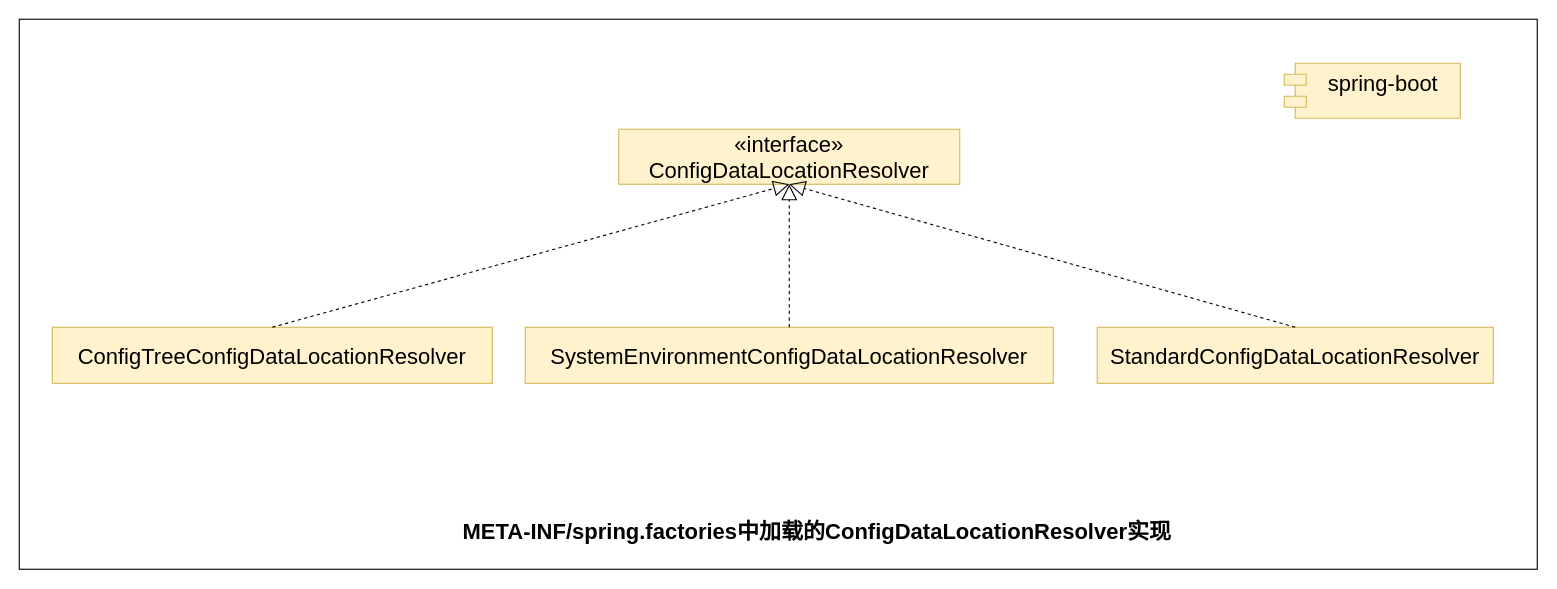
Earlier version of the draw.io diagram dubbo-learning-doc/drawio/源码分析/1_SpringApplication_run方法/资源加载/7_META-INF_spring_factories_ConfigDataLocationResolver.drawio (czwer/dubbo-learning). Source tidied: cells renumbered, new cells numbered last; positions are measured from the earlier drawing's top-left corner, leaving out a move shared by most shapes. Both pictures are drawn from the tidied source at 110%, with x=0, y=0 at pixel (19, 19).
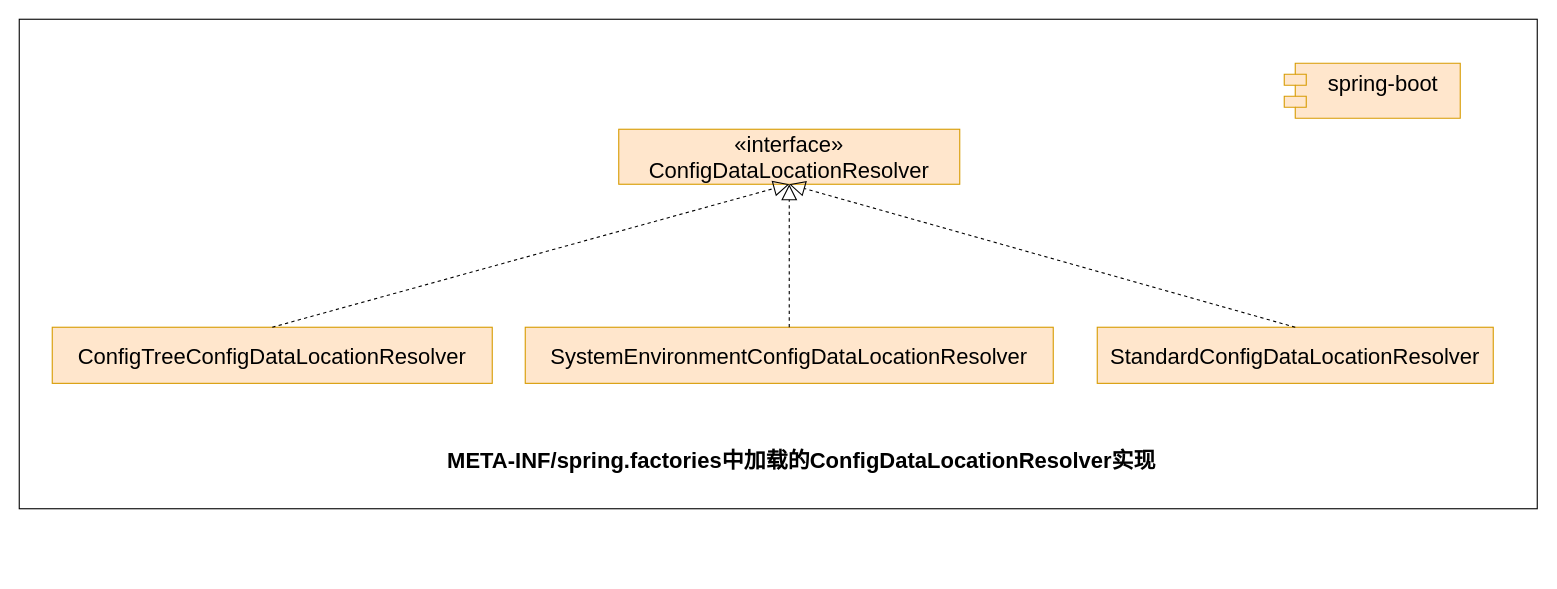
The same diagram, later.

Diff of the diagram source:
```diff
@@
 <mxGraphModel>
   <root>
     <mxCell id="0" />
     <mxCell id="1" parent="0" />
     <mxCell id="2" style="rounded=0;whiteSpace=wrap;html=1;" parent="1" vertex="1">
-      <mxGeometry width="1380" height="500" as="geometry" />
+      <mxGeometry width="1380" height="445" as="geometry" />
     </mxCell>
-    <mxCell id="3" value="&lt;div&gt;ConfigTreeConfigDataLocationResolver&lt;/div&gt;" style="html=1;whiteSpace=wrap;fontSize=20;verticalAlign=middle;align=center;fillColor=#fff2cc;strokeColor=#d6b656;" parent="1" vertex="1">
+    <mxCell id="3" value="&lt;div&gt;ConfigTreeConfigDataLocationResolver&lt;/div&gt;" style="html=1;whiteSpace=wrap;fontSize=20;verticalAlign=middle;align=center;fillColor=#ffe6cc;strokeColor=#d79b00;" parent="1" vertex="1">
       <mxGeometry x="30" y="280" width="400" height="51" as="geometry" />
     </mxCell>
-    <mxCell id="4" value="«interface»&lt;br&gt;ConfigDataLocationResolver" style="html=1;whiteSpace=wrap;fontSize=20;fontStyle=0;fillColor=#fff2cc;strokeColor=#d6b656;" parent="1" vertex="1">
+    <mxCell id="4" value="«interface»&lt;br&gt;ConfigDataLocationResolver" style="html=1;whiteSpace=wrap;fontSize=20;fontStyle=0;fillColor=#ffe6cc;strokeColor=#d79b00;" parent="1" vertex="1">
       <mxGeometry x="545" y="100" width="310" height="50" as="geometry" />
     </mxCell>
-    <mxCell id="5" value="spring-boot&lt;div&gt;&lt;div&gt;&lt;br&gt;&lt;/div&gt;&lt;/div&gt;" style="shape=module;align=left;spacingLeft=20;align=center;verticalAlign=top;whiteSpace=wrap;html=1;fontSize=20;fillColor=#fff2cc;strokeColor=#d6b656;" parent="1" vertex="1">
+    <mxCell id="5" value="spring-boot&lt;div&gt;&lt;div&gt;&lt;br&gt;&lt;/div&gt;&lt;/div&gt;" style="shape=module;align=left;spacingLeft=20;align=center;verticalAlign=top;whiteSpace=wrap;html=1;fontSize=20;fillColor=#ffe6cc;strokeColor=#d79b00;" parent="1" vertex="1">
       <mxGeometry x="1150" y="40" width="160" height="50" as="geometry" />
     </mxCell>
     <mxCell id="6" style="endArrow=block;dashed=1;endFill=0;endSize=12;html=1;rounded=0;exitX=0.5;exitY=0;exitDx=0;exitDy=0;entryX=0.5;entryY=1;entryDx=0;entryDy=0;" parent="1" edge="1" source="3" target="4">
       <mxGeometry relative="1" as="geometry" />
     </mxCell>
-    <mxCell id="7" value="&lt;div&gt;SystemEnvironmentConfigDataLocationResolver&lt;/div&gt;" style="html=1;whiteSpace=wrap;fontSize=20;verticalAlign=middle;align=center;fillColor=#fff2cc;strokeColor=#d6b656;" parent="1" vertex="1">
+    <mxCell id="7" value="&lt;div&gt;SystemEnvironmentConfigDataLocationResolver&lt;/div&gt;" style="html=1;whiteSpace=wrap;fontSize=20;verticalAlign=middle;align=center;fillColor=#ffe6cc;strokeColor=#d79b00;" parent="1" vertex="1">
       <mxGeometry x="460" y="280" width="480" height="51" as="geometry" />
     </mxCell>
     <mxCell id="8" style="endArrow=block;dashed=1;endFill=0;endSize=12;html=1;rounded=0;exitX=0.5;exitY=0;exitDx=0;exitDy=0;entryX=0.5;entryY=1;entryDx=0;entryDy=0;" parent="1" edge="1" source="7" target="4">
       <mxGeometry relative="1" as="geometry" />
     </mxCell>
-    <mxCell id="9" value="&lt;div&gt;StandardConfigDataLocationResolver&lt;/div&gt;" style="html=1;whiteSpace=wrap;fontSize=20;verticalAlign=middle;align=center;fillColor=#fff2cc;strokeColor=#d6b656;" parent="1" vertex="1">
+    <mxCell id="9" value="&lt;div&gt;StandardConfigDataLocationResolver&lt;/div&gt;" style="html=1;whiteSpace=wrap;fontSize=20;verticalAlign=middle;align=center;fillColor=#ffe6cc;strokeColor=#d79b00;" parent="1" vertex="1">
       <mxGeometry x="980" y="280" width="360" height="51" as="geometry" />
     </mxCell>
     <mxCell id="10" style="endArrow=block;dashed=1;endFill=0;endSize=12;html=1;rounded=0;exitX=0.5;exitY=0;exitDx=0;exitDy=0;entryX=0.5;entryY=1;entryDx=0;entryDy=0;" parent="1" edge="1" source="9" target="4">
       <mxGeometry relative="1" as="geometry" />
     </mxCell>
     <mxCell id="11" value="META-INF/spring.factories中加载的&lt;span style=&quot;&quot;&gt;ConfigDataLocationResolver&lt;/span&gt;实现" style="text;html=1;align=center;verticalAlign=middle;whiteSpace=wrap;rounded=0;fontSize=20;fontStyle=1;" parent="1" vertex="1">
-      <mxGeometry x="353.8" y="450" width="742.5" height="30" as="geometry" />
+      <mxGeometry x="340" y="385" width="742.5" height="30" as="geometry" />
     </mxCell>
   </root>
 </mxGraphModel>
```
